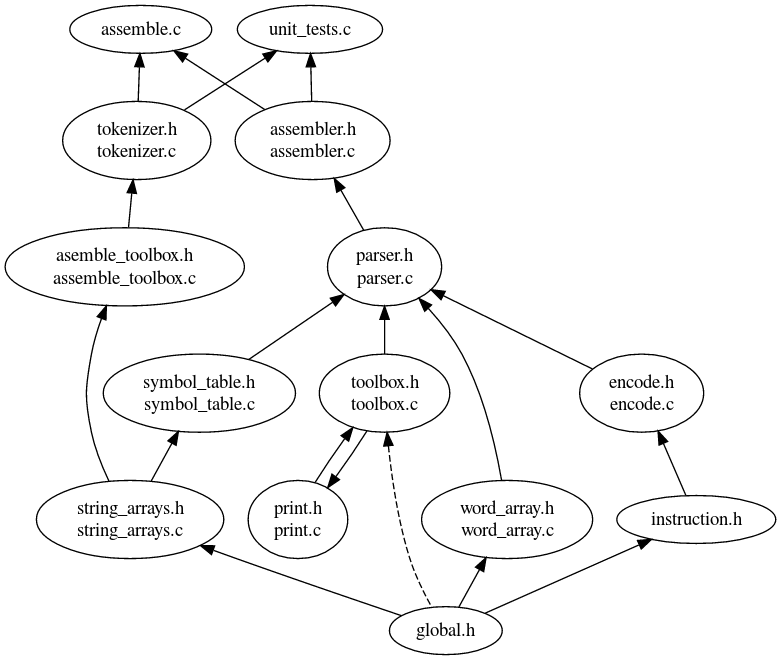
This is doc/Report/assemble.png from ashtcn/arm11, a Graphviz export, as it was before one commit. Its source is kept beside it as doc/Report/assemble.dot.
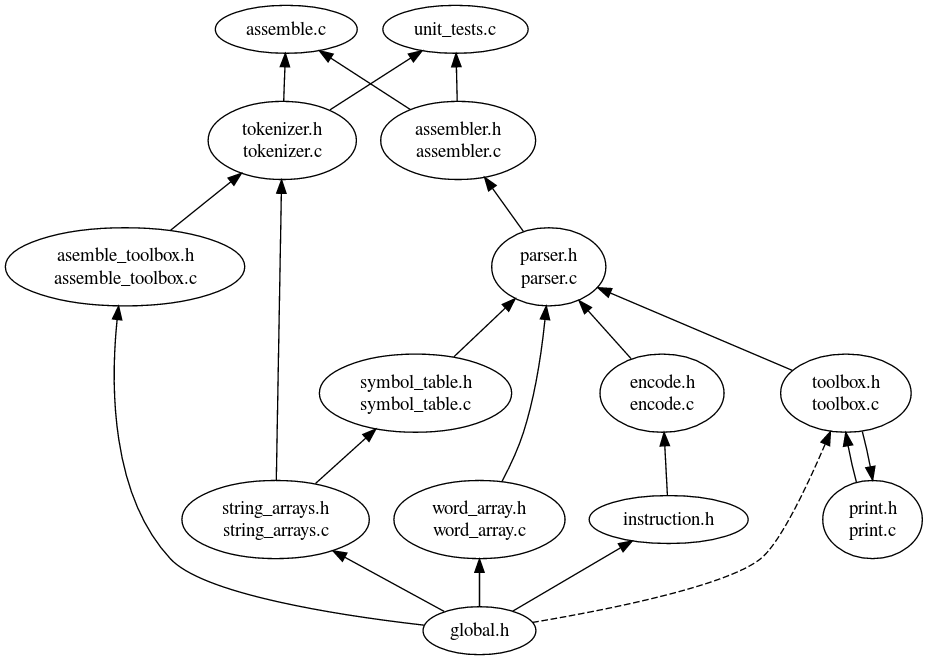
After the change.

Change to the diagram source:
```diff
@@ -9,7 +9,7 @@
 "parser.h\nparser.c" -> "toolbox.h\ntoolbox.c" [dir=back]
 "parser.h\nparser.c" -> "word_array.h\nword_array.c" [dir=back]
 "parser.h\nparser.c" -> "encode.h\nencode.c" [dir=back]
-"asemble_toolbox.h\nassemble_toolbox.c" -> "string_arrays.h\nstring_arrays.c" [dir=back]
+"tokenizer.h\ntokenizer.c" -> "string_arrays.h\nstring_arrays.c" [dir=back]
 "symbol_table.h\nsymbol_table.c" -> "string_arrays.h\nstring_arrays.c" [dir=back]
 "encode.h\nencode.c" -> "instruction.h" [dir=back]
 "toolbox.h\ntoolbox.c" -> "print.h\nprint.c" [dir=back]
@@ -18,4 +18,5 @@
 "string_arrays.h\nstring_arrays.c" -> "global.h" [dir=back]
 "instruction.h" -> "global.h" [dir=back]
 "print.h\nprint.c" -> "toolbox.h\ntoolbox.c" [dir=back]
+"asemble_toolbox.h\nassemble_toolbox.c" -> "global.h" [dir=back]
 }
```
